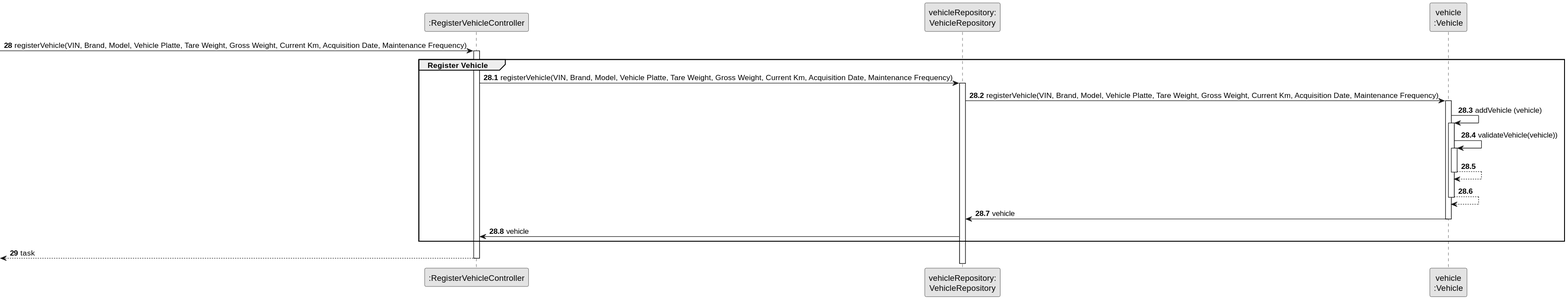
Before: docs/sprintB/us006/03.design/svg/us006-sequence-diagram-partial-register-vehicle.svg, a diagram exported from PlantUML (ricardomm7/leaflink).
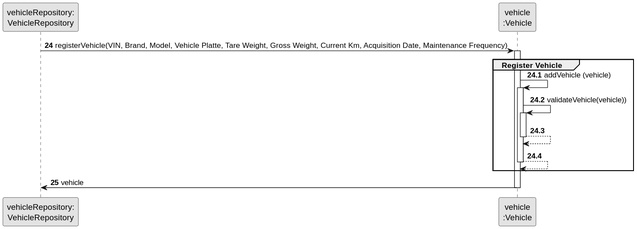
After the commit.

Diff of the diagram source:
```diff
@@ -3,23 +3,15 @@
 skinparam packageStyle rectangle
 skinparam shadowing false
 
-participant ":RegisterVehicleController" as CTRL
 participant "vehicleRepository:\nVehicleRepository" as VehicleRepository
 participant "vehicle\n:Vehicle" as VEI
 
-autonumber 28
--> CTRL : registerVehicle(VIN, Brand, Model, Vehicle Platte, Tare Weight, Gross Weight, Current Km, Acquisition Date, Maintenance Frequency)
+autonumber 24
+VehicleRepository -> VEI: registerVehicle(VIN, Brand, Model, Vehicle Platte, Tare Weight, Gross Weight, Current Km, Acquisition Date, Maintenance Frequency)
 
-autonumber 28.1
-activate CTRL
+autonumber 24.1
+activate VEI
     group Register Vehicle
-
-          CTRL -> VehicleRepository : registerVehicle(VIN, Brand, Model, Vehicle Platte, Tare Weight, Gross Weight, Current Km, Acquisition Date, Maintenance Frequency)
-                      activate VehicleRepository
-
-                          VehicleRepository -> VEI: registerVehicle(VIN, Brand, Model, Vehicle Platte, Tare Weight, Gross Weight, Current Km, Acquisition Date, Maintenance Frequency)
-                          activate VEI
-
                               VEI -> VEI: addVehicle (vehicle)
                               activate VEI
 
@@ -32,14 +24,9 @@
                               VEI --> VEI
                               deactivate VEI
 
-                          VEI -> VehicleRepository: vehicle
-                          deactivate VEI
-
-                      VehicleRepository -> CTRL: vehicle
-
     end
 
-    autonumber 29
-    <-- CTRL : task
-deactivate CTRL
+    autonumber 25
+    VEI -> VehicleRepository: vehicle
+deactivate VEI
 @enduml
```
